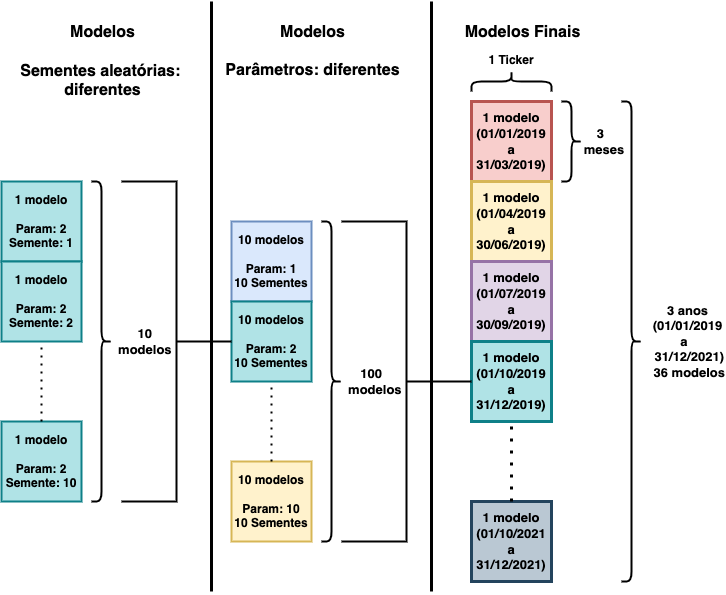
The draw.io diagram figuras/models_chart.png in Nori12/Monografia, before a commit. Source tidied: cells renumbered, new cells last; positions are measured from the earlier drawing's top-left corner, leaving out a move shared by most shapes. Source of this version:
```xml
<mxGraphModel>
  <root>
    <mxCell id="0" />
    <mxCell id="1" parent="0" />
    <mxCell id="2" value="&lt;font style=&quot;font-size: 13px;&quot;&gt;&lt;b&gt;1 modelo&lt;br&gt;(01/01/2019&lt;br&gt;a&lt;br&gt;31/03/2019)&lt;/b&gt;&lt;/font&gt;" style="whiteSpace=wrap;html=1;strokeWidth=3;fillColor=#f8cecc;strokeColor=#b85450;" parent="1" vertex="1">
      <mxGeometry x="470" y="100" width="80" height="80" as="geometry" />
    </mxCell>
    <mxCell id="3" value="&lt;font style=&quot;font-size: 13px;&quot;&gt;&lt;b&gt;1 modelo&lt;br&gt;(01/04/2019&lt;br&gt;a&lt;br&gt;30/06/2019)&lt;/b&gt;&lt;/font&gt;" style="whiteSpace=wrap;html=1;strokeWidth=3;fillColor=#fff2cc;strokeColor=#d6b656;" parent="1" vertex="1">
      <mxGeometry x="470" y="180" width="80" height="80" as="geometry" />
    </mxCell>
    <mxCell id="4" value="&lt;font style=&quot;font-size: 13px;&quot;&gt;&lt;b&gt;&lt;span style=&quot;&quot;&gt;1 modelo&lt;/span&gt;&lt;br style=&quot;&quot;&gt;&lt;span style=&quot;&quot;&gt;(01/07/2019&lt;/span&gt;&lt;br style=&quot;&quot;&gt;&lt;span style=&quot;&quot;&gt;a&lt;/span&gt;&lt;br style=&quot;&quot;&gt;&lt;span style=&quot;&quot;&gt;30/09&lt;/span&gt;&lt;span style=&quot;&quot;&gt;/2019)&lt;/span&gt;&lt;/b&gt;&lt;/font&gt;" style="whiteSpace=wrap;html=1;strokeWidth=3;fillColor=#e1d5e7;strokeColor=#9673a6;" parent="1" vertex="1">
      <mxGeometry x="470" y="260" width="80" height="80" as="geometry" />
    </mxCell>
    <mxCell id="5" value="&lt;font style=&quot;font-size: 13px;&quot;&gt;&lt;b&gt;&lt;span style=&quot;&quot;&gt;1 modelo&lt;/span&gt;&lt;br style=&quot;&quot;&gt;&lt;span style=&quot;&quot;&gt;(01/10/2019&lt;/span&gt;&lt;br style=&quot;&quot;&gt;&lt;span style=&quot;&quot;&gt;a&lt;/span&gt;&lt;br style=&quot;&quot;&gt;&lt;span style=&quot;&quot;&gt;31/12&lt;/span&gt;&lt;span style=&quot;&quot;&gt;/2019)&lt;/span&gt;&lt;/b&gt;&lt;/font&gt;" style="whiteSpace=wrap;html=1;strokeWidth=3;fillColor=#b0e3e6;strokeColor=#0e8088;" parent="1" vertex="1">
      <mxGeometry x="470" y="340" width="80" height="80" as="geometry" />
    </mxCell>
    <mxCell id="6" value="&lt;b&gt;1 Ticker&lt;br&gt;&lt;br&gt;&lt;br&gt;&lt;br&gt;&lt;/b&gt;" style="shape=curlyBracket;whiteSpace=wrap;html=1;rounded=1;flipH=1;direction=south;strokeWidth=2;" parent="1" vertex="1">
      <mxGeometry x="470" y="70" width="80" height="20" as="geometry" />
    </mxCell>
    <mxCell id="7" value="&lt;font style=&quot;font-size: 13px;&quot;&gt;&lt;b&gt;&lt;span style=&quot;white-space: pre;&quot;&gt;&#9;&lt;span style=&quot;white-space: pre;&quot;&gt;&#9;&lt;/span&gt;&lt;/span&gt;&amp;nbsp;3&amp;nbsp;&lt;br&gt;&lt;span style=&quot;white-space: pre;&quot;&gt;&#9;&lt;/span&gt;&lt;span style=&quot;white-space: pre;&quot;&gt;&#9;&lt;/span&gt;&amp;nbsp; meses&lt;/b&gt;&lt;/font&gt;" style="shape=curlyBracket;html=1;rounded=1;flipH=1;align=center;verticalAlign=middle;labelPosition=center;verticalLabelPosition=middle;strokeWidth=2;" parent="1" vertex="1">
      <mxGeometry x="560" y="100" width="20" height="80" as="geometry" />
    </mxCell>
    <mxCell id="8" value="&lt;font style=&quot;font-size: 13px;&quot;&gt;&lt;b&gt;&lt;span style=&quot;&quot;&gt;1 modelo&lt;/span&gt;&lt;br style=&quot;&quot;&gt;&lt;span style=&quot;&quot;&gt;(01/10/2021&lt;/span&gt;&lt;br style=&quot;&quot;&gt;&lt;span style=&quot;&quot;&gt;a&lt;/span&gt;&lt;br style=&quot;&quot;&gt;&lt;span style=&quot;&quot;&gt;31/12&lt;/span&gt;&lt;span style=&quot;&quot;&gt;/2021)&lt;/span&gt;&lt;/b&gt;&lt;/font&gt;" style="whiteSpace=wrap;html=1;strokeWidth=3;fillColor=#bac8d3;strokeColor=#23445d;" parent="1" vertex="1">
      <mxGeometry x="470" y="500" width="80" height="80" as="geometry" />
    </mxCell>
    <mxCell id="9" style="endArrow=none;dashed=1;html=1;dashPattern=1 3;strokeWidth=3;rounded=0;entryX=0.5;entryY=1;entryDx=0;entryDy=0;exitX=0.5;exitY=0;exitDx=0;exitDy=0;" parent="1" edge="1" source="8" target="5">
      <mxGeometry relative="1" as="geometry" />
    </mxCell>
    <mxCell id="10" value="&lt;b&gt;10 modelos&lt;br&gt;&lt;br&gt;Param: 1&lt;br&gt;10 Sementes&lt;/b&gt;" style="whiteSpace=wrap;html=1;strokeWidth=2;fillColor=#dae8fc;strokeColor=#6c8ebf;" parent="1" vertex="1">
      <mxGeometry x="230" y="220" width="80" height="80" as="geometry" />
    </mxCell>
    <mxCell id="11" value="&lt;b style=&quot;&quot;&gt;&lt;span style=&quot;&quot;&gt;10 modelos&lt;br&gt;&lt;br&gt;Param: 2&lt;br&gt;&lt;/span&gt;10 Sementes&lt;/b&gt;" style="whiteSpace=wrap;html=1;strokeWidth=2;fillColor=#b0e3e6;strokeColor=#0e8088;" parent="1" vertex="1">
      <mxGeometry x="230" y="300" width="80" height="80" as="geometry" />
    </mxCell>
    <mxCell id="12" value="&lt;font style=&quot;font-size: 12px;&quot;&gt;&lt;b&gt;10 modelos&lt;br&gt;&lt;br&gt;Param: 10&lt;br&gt;10 Sementes&lt;/b&gt;&lt;/font&gt;" style="whiteSpace=wrap;html=1;strokeWidth=2;fillColor=#fff2cc;strokeColor=#d6b656;" parent="1" vertex="1">
      <mxGeometry x="230" y="460" width="80" height="80" as="geometry" />
    </mxCell>
    <mxCell id="13" style="endArrow=none;dashed=1;html=1;dashPattern=1 3;strokeWidth=2;rounded=0;entryX=0.5;entryY=1;entryDx=0;entryDy=0;exitX=0.5;exitY=0;exitDx=0;exitDy=0;" parent="1" edge="1" source="12" target="11">
      <mxGeometry relative="1" as="geometry" />
    </mxCell>
    <mxCell id="14" value="&lt;font style=&quot;font-size: 13px;&quot;&gt;&lt;b&gt;&lt;span style=&quot;white-space: pre;&quot;&gt;&#9;&lt;/span&gt;&lt;span style=&quot;white-space: pre;&quot;&gt;&#9;&lt;/span&gt;&amp;nbsp; &amp;nbsp; &amp;nbsp; 100&lt;br&gt;&lt;span style=&quot;white-space: pre;&quot;&gt;&#9;&lt;/span&gt;&lt;span style=&quot;white-space: pre;&quot;&gt;&#9;&lt;/span&gt;&amp;nbsp;&amp;nbsp; &amp;nbsp; &amp;nbsp; &amp;nbsp;modelos&lt;/b&gt;&lt;/font&gt;" style="shape=curlyBracket;html=1;rounded=1;flipH=1;strokeWidth=2;" parent="1" vertex="1">
      <mxGeometry x="320" y="220" width="20" height="320" as="geometry" />
    </mxCell>
    <mxCell id="15" style="strokeWidth=2;html=1;shape=mxgraph.flowchart.annotation_2;align=left;labelPosition=right;flipH=1;" parent="1" vertex="1">
      <mxGeometry x="340" y="220" width="130" height="320" as="geometry" />
    </mxCell>
    <mxCell id="16" value="&lt;span style=&quot;&quot;&gt;&lt;font style=&quot;font-size: 12px;&quot;&gt;&lt;b&gt;1 modelo&lt;br&gt;&lt;br&gt;Param: 2&lt;br&gt;Semente: 1&lt;br&gt;&lt;/b&gt;&lt;/font&gt;&lt;/span&gt;" style="whiteSpace=wrap;html=1;strokeWidth=2;fillColor=#b0e3e6;strokeColor=#0e8088;" parent="1" vertex="1">
      <mxGeometry y="180" width="80" height="80" as="geometry" />
    </mxCell>
    <mxCell id="17" value="&lt;b style=&quot;&quot;&gt;1 modelo&lt;br&gt;&lt;br&gt;Param: 2&lt;br&gt;Semente: 2&lt;/b&gt;" style="whiteSpace=wrap;html=1;strokeWidth=2;fillColor=#b0e3e6;strokeColor=#0e8088;" parent="1" vertex="1">
      <mxGeometry y="260" width="80" height="80" as="geometry" />
    </mxCell>
    <mxCell id="18" value="&lt;b style=&quot;&quot;&gt;1 modelo&lt;br&gt;&lt;br&gt;Param: 2&lt;br&gt;Semente: 10&lt;/b&gt;" style="whiteSpace=wrap;html=1;strokeWidth=2;fillColor=#b0e3e6;strokeColor=#0e8088;" parent="1" vertex="1">
      <mxGeometry y="420" width="80" height="80" as="geometry" />
    </mxCell>
    <mxCell id="19" style="endArrow=none;dashed=1;html=1;dashPattern=1 3;strokeWidth=2;rounded=0;entryX=0.5;entryY=1;entryDx=0;entryDy=0;exitX=0.5;exitY=0;exitDx=0;exitDy=0;" parent="1" edge="1" source="18" target="17">
      <mxGeometry relative="1" as="geometry" />
    </mxCell>
    <mxCell id="20" value="&lt;font style=&quot;font-size: 13px;&quot;&gt;&lt;b&gt;&lt;span style=&quot;white-space: pre;&quot;&gt;&#9;&lt;/span&gt;&lt;span style=&quot;white-space: pre;&quot;&gt;&#9;&lt;/span&gt;&lt;span style=&quot;white-space: pre;&quot;&gt;&#9;&lt;/span&gt;10&lt;br&gt;&lt;span style=&quot;white-space: pre;&quot;&gt;&#9;&lt;/span&gt;&lt;span style=&quot;white-space: pre;&quot;&gt;&#9;&lt;/span&gt;&amp;nbsp;&amp;nbsp; &amp;nbsp; &amp;nbsp; &amp;nbsp;modelos&lt;/b&gt;&lt;/font&gt;" style="shape=curlyBracket;html=1;rounded=1;flipH=1;strokeWidth=2;" parent="1" vertex="1">
      <mxGeometry x="90" y="180" width="20" height="320" as="geometry" />
    </mxCell>
    <mxCell id="21" style="strokeWidth=2;html=1;shape=mxgraph.flowchart.annotation_2;align=left;labelPosition=right;flipH=1;" parent="1" vertex="1">
      <mxGeometry x="120" y="180" width="110" height="320" as="geometry" />
    </mxCell>
    <mxCell id="22" style="endArrow=none;html=1;rounded=0;strokeWidth=3;" parent="1" edge="1">
      <mxGeometry relative="1" as="geometry">
        <mxPoint x="430" y="590" as="sourcePoint" />
        <mxPoint x="430" as="targetPoint" />
      </mxGeometry>
    </mxCell>
    <mxCell id="23" value="&lt;b&gt;Modelos&lt;br&gt;&lt;br&gt;Parâmetros: diferentes&lt;br&gt;&lt;/b&gt;" style="edgeLabel;html=1;align=center;verticalAlign=middle;fontSize=16;labelBackgroundColor=none;" parent="22" vertex="1">
      <mxGeometry x="0.95" y="1" relative="1" as="geometry">
        <mxPoint x="-119" y="35" as="offset" />
      </mxGeometry>
    </mxCell>
    <mxCell id="24" style="endArrow=none;html=1;rounded=0;strokeWidth=3;" parent="1" edge="1">
      <mxGeometry relative="1" as="geometry">
        <mxPoint x="210" y="590" as="sourcePoint" />
        <mxPoint x="210" as="targetPoint" />
      </mxGeometry>
    </mxCell>
    <mxCell id="25" value="&lt;b&gt;Modelos&lt;br&gt;&lt;br&gt;Sementes aleatórias: &lt;br&gt;diferentes&lt;/b&gt;" style="edgeLabel;html=1;align=center;verticalAlign=middle;fontSize=16;labelBackgroundColor=none;" parent="24" vertex="1">
      <mxGeometry x="0.88" relative="1" as="geometry">
        <mxPoint x="-110" y="25" as="offset" />
      </mxGeometry>
    </mxCell>
    <mxCell id="26" value="&lt;b&gt;Modelos Finais&lt;/b&gt;" style="edgeLabel;html=1;align=center;verticalAlign=middle;fontSize=16;labelBackgroundColor=none;" parent="1" vertex="1">
      <mxGeometry x="520" y="30" as="geometry" />
    </mxCell>
    <mxCell id="27" value="&lt;font style=&quot;font-size: 13px;&quot;&gt;&lt;b&gt;&lt;span style=&quot;white-space: pre;&quot;&gt;&#9;&lt;/span&gt;&lt;span style=&quot;white-space: pre;&quot;&gt;&#9;&lt;/span&gt;&lt;span style=&quot;white-space: pre;&quot;&gt;&#9;&lt;/span&gt;&lt;span style=&quot;white-space: pre;&quot;&gt;&#9;&lt;/span&gt;3 anos &lt;br&gt;&lt;span style=&quot;white-space: pre;&quot;&gt;&#9;&lt;/span&gt;&lt;span style=&quot;white-space: pre;&quot;&gt;&#9;&lt;/span&gt;&lt;span style=&quot;white-space: pre;&quot;&gt;&#9;&lt;/span&gt;&lt;span style=&quot;white-space: pre;&quot;&gt;&#9;&lt;/span&gt;(01/01/2019 &lt;br&gt;&lt;span style=&quot;white-space: pre;&quot;&gt;&#9;&lt;/span&gt;&lt;span style=&quot;white-space: pre;&quot;&gt;&#9;&lt;/span&gt;&lt;span style=&quot;white-space: pre;&quot;&gt;&#9;&lt;/span&gt;&amp;nbsp; &amp;nbsp; &amp;nbsp; a &lt;br&gt;&lt;span style=&quot;white-space: pre;&quot;&gt;&#9;&lt;/span&gt;&lt;span style=&quot;white-space: pre;&quot;&gt;&#9;&lt;/span&gt;&lt;span style=&quot;white-space: pre;&quot;&gt;&#9;&lt;/span&gt;&lt;span style=&quot;white-space: pre;&quot;&gt;&#9;&lt;/span&gt;31/12/2021)&lt;br&gt;&lt;span style=&quot;white-space: pre;&quot;&gt;&#9;&lt;/span&gt;&lt;span style=&quot;white-space: pre;&quot;&gt;&#9;&lt;span style=&quot;white-space: pre;&quot;&gt;&#9;&lt;/span&gt;&lt;span style=&quot;white-space: pre;&quot;&gt;&#9;&lt;/span&gt;&lt;/span&gt;36 modelos&lt;/b&gt;&lt;/font&gt;" style="shape=curlyBracket;html=1;rounded=1;flipH=1;strokeWidth=2;" parent="1" vertex="1">
      <mxGeometry x="620" y="100" width="20" height="480" as="geometry" />
    </mxCell>
  </root>
</mxGraphModel>
```
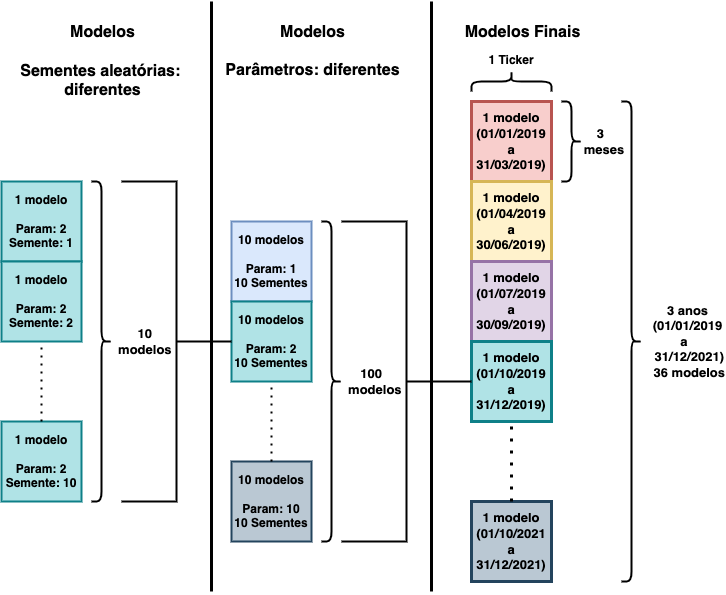
The same diagram one commit later.

Commit message:
Revisão: concluído Geração de Modelos.

What changed in the source:
```diff
@@ -32,7 +32,7 @@
     <mxCell id="11" value="&lt;b style=&quot;&quot;&gt;&lt;span style=&quot;&quot;&gt;10 modelos&lt;br&gt;&lt;br&gt;Param: 2&lt;br&gt;&lt;/span&gt;10 Sementes&lt;/b&gt;" style="whiteSpace=wrap;html=1;strokeWidth=2;fillColor=#b0e3e6;strokeColor=#0e8088;" parent="1" vertex="1">
       <mxGeometry x="230" y="300" width="80" height="80" as="geometry" />
     </mxCell>
-    <mxCell id="12" value="&lt;font style=&quot;font-size: 12px;&quot;&gt;&lt;b&gt;10 modelos&lt;br&gt;&lt;br&gt;Param: 10&lt;br&gt;10 Sementes&lt;/b&gt;&lt;/font&gt;" style="whiteSpace=wrap;html=1;strokeWidth=2;fillColor=#fff2cc;strokeColor=#d6b656;" parent="1" vertex="1">
+    <mxCell id="12" value="&lt;font style=&quot;font-size: 12px;&quot;&gt;&lt;b&gt;10 modelos&lt;br&gt;&lt;br&gt;Param: 10&lt;br&gt;10 Sementes&lt;/b&gt;&lt;/font&gt;" style="whiteSpace=wrap;html=1;strokeWidth=2;fillColor=#bac8d3;strokeColor=#23445d;" parent="1" vertex="1">
       <mxGeometry x="230" y="460" width="80" height="80" as="geometry" />
     </mxCell>
     <mxCell id="13" style="endArrow=none;dashed=1;html=1;dashPattern=1 3;strokeWidth=2;rounded=0;entryX=0.5;entryY=1;entryDx=0;entryDy=0;exitX=0.5;exitY=0;exitDx=0;exitDy=0;" parent="1" edge="1" source="12" target="11">
```
